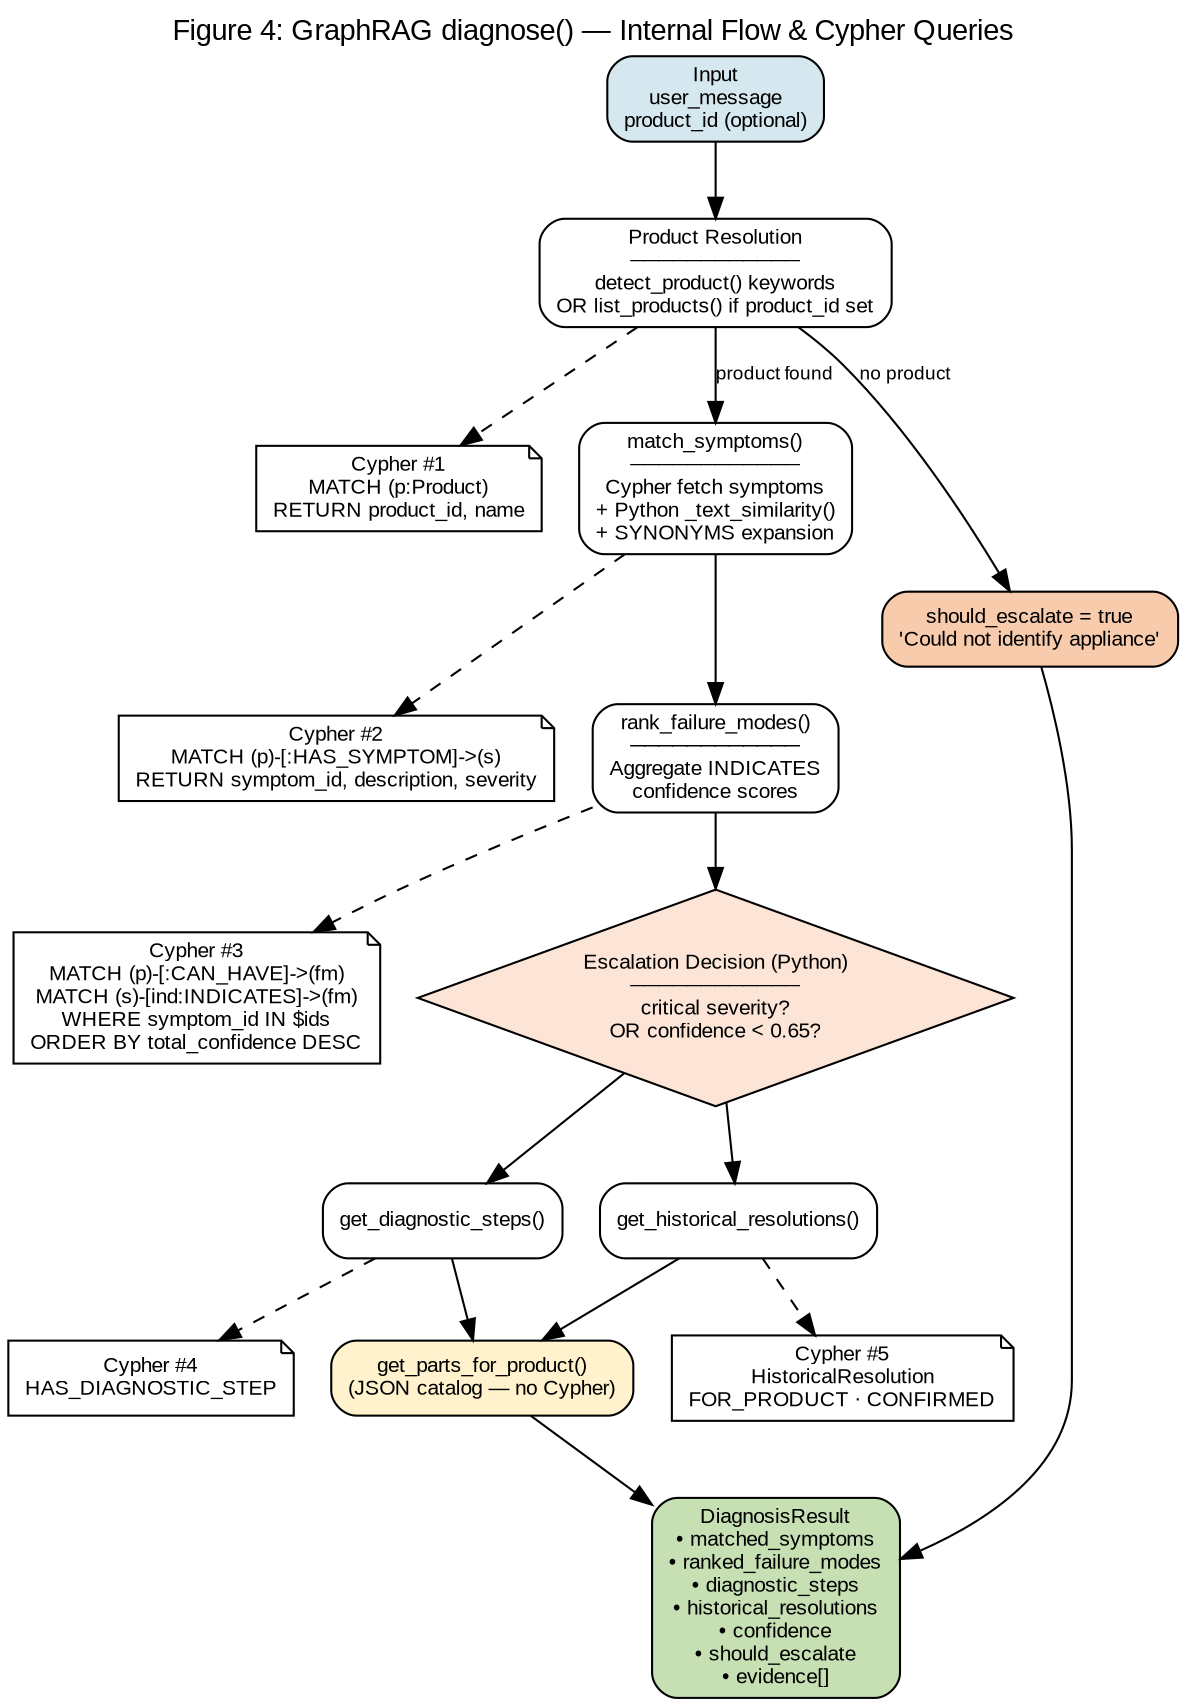
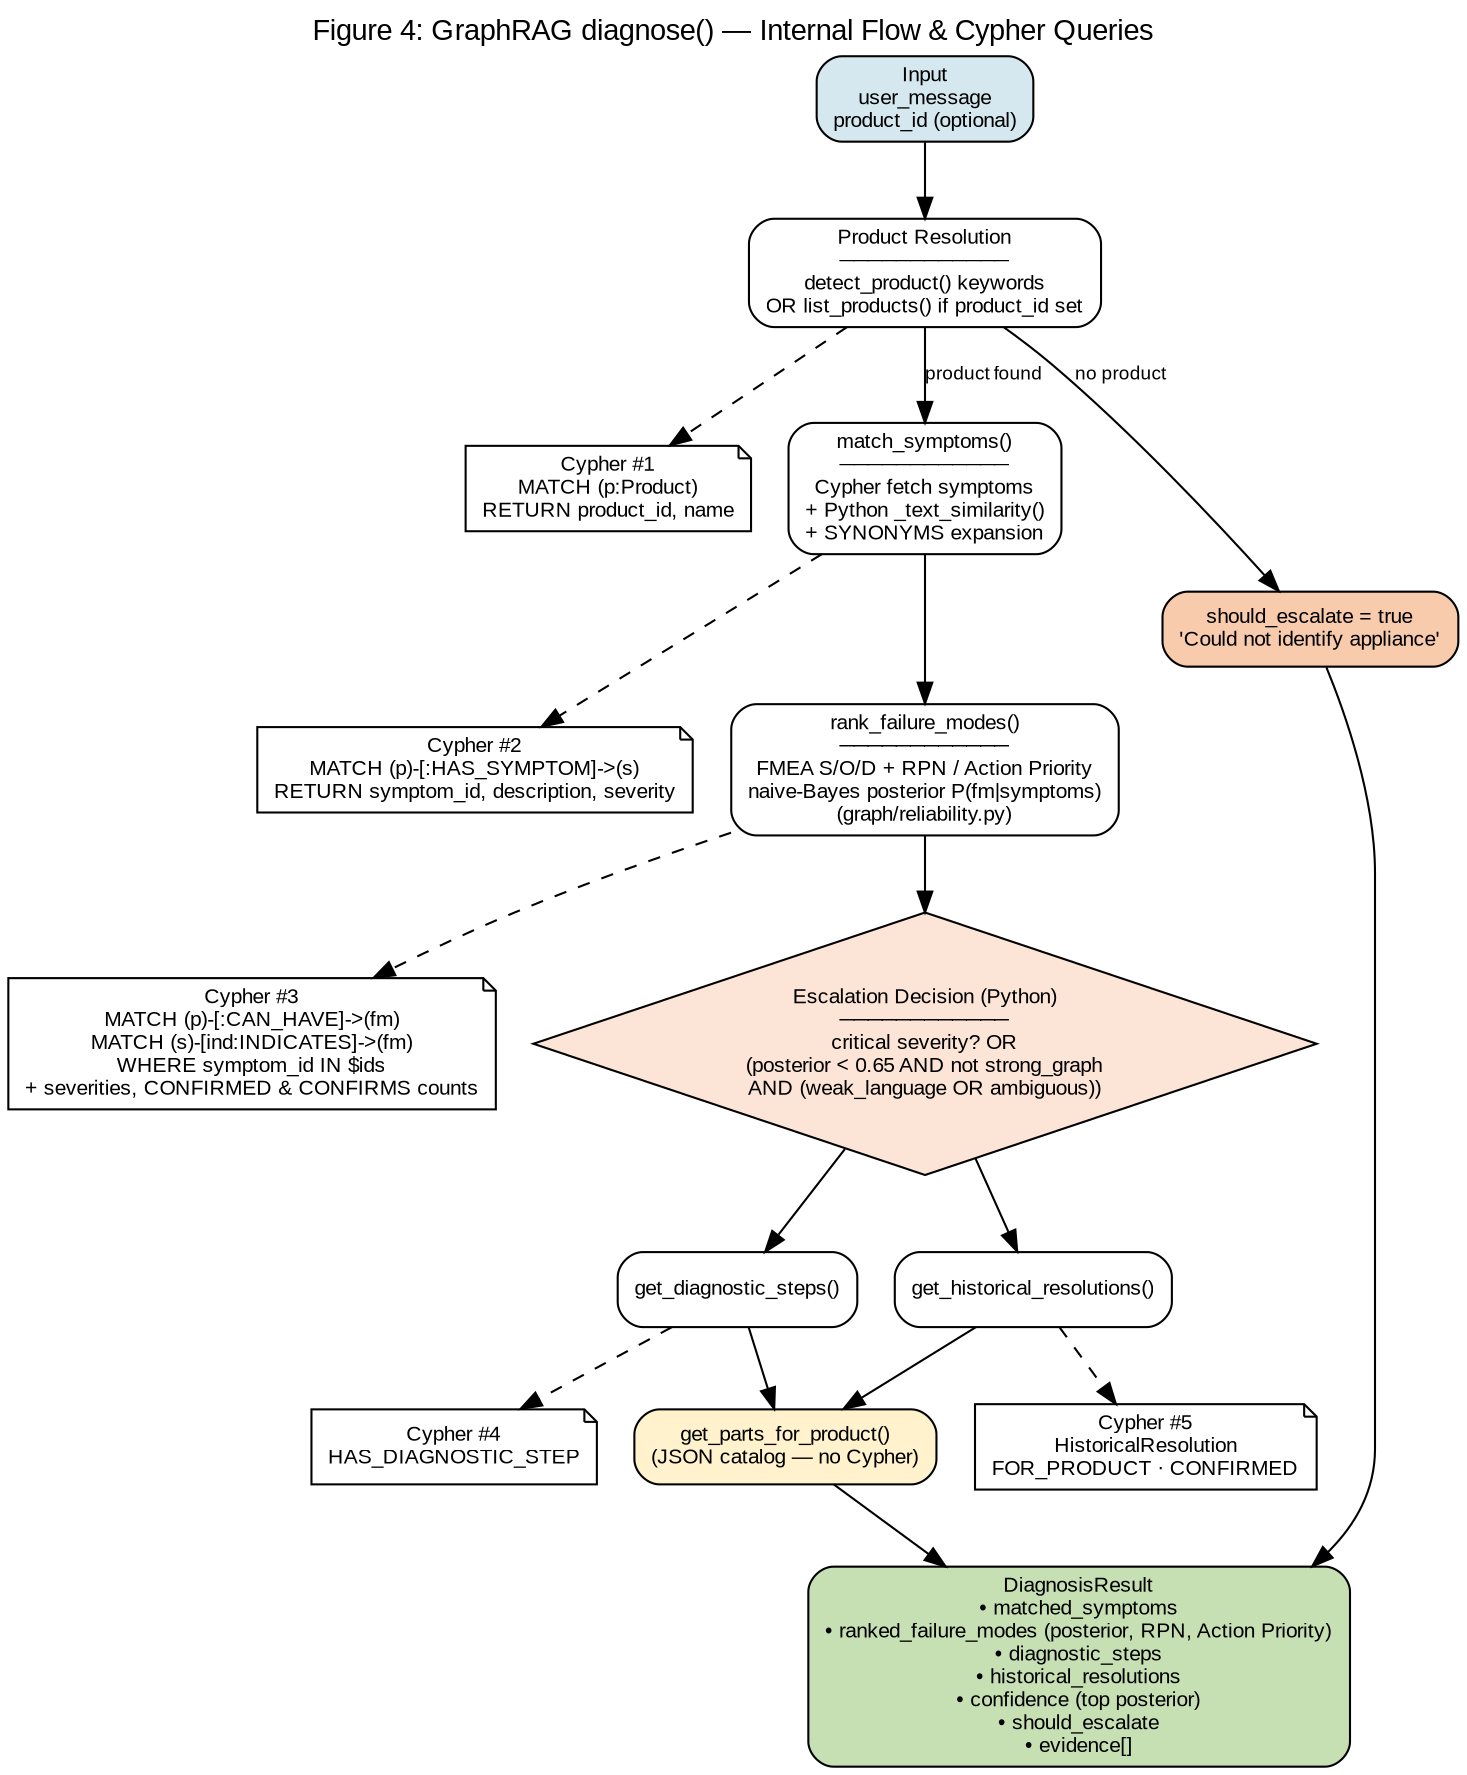
// Figure 4: GraphRAG diagnose() internal flow (graph/graph_rag.py)
digraph GraphRAGDiagnosis {
  graph [
    rankdir=TB
    label="Figure 4: GraphRAG diagnose() — Internal Flow & Cypher Queries"
    labelloc=t
    fontsize=14
    fontname="Arial"
    bgcolor="white"
  ]
  node [fontname="Arial", fontsize=10]
  edge [fontname="Arial", fontsize=9]

  Input [label="Input\nuser_message\nproduct_id (optional)", shape=box, style="rounded,filled", fillcolor="#D5E8F0"]

  P1 [label="Product Resolution\n────────────\ndetect_product() keywords\nOR list_products() if product_id set", shape=box, style="rounded,filled", fillcolor="#FFFFFF"]
  C1 [label="Cypher #1\nMATCH (p:Product)\nRETURN product_id, name", shape=note, fillcolor="#E2EFDA"]

  P2 [label="match_symptoms()\n────────────\nCypher fetch symptoms\n+ Python _text_similarity()\n+ SYNONYMS expansion", shape=box, style="rounded,filled", fillcolor="#FFFFFF"]
  C2 [label="Cypher #2\nMATCH (p)-[:HAS_SYMPTOM]->(s)\nRETURN symptom_id, description, severity", shape=note, fillcolor="#E2EFDA"]

-   P3 [label="rank_failure_modes()\n────────────\nAggregate INDICATES\nconfidence scores", shape=box, style="rounded,filled", fillcolor="#FFFFFF"]
-   C3 [label="Cypher #3\nMATCH (p)-[:CAN_HAVE]->(fm)\nMATCH (s)-[ind:INDICATES]->(fm)\nWHERE symptom_id IN $ids\nORDER BY total_confidence DESC", shape=note, fillcolor="#E2EFDA"]
+   P3 [label="rank_failure_modes()\n────────────\nFMEA S/O/D + RPN / Action Priority\nnaive-Bayes posterior P(fm|symptoms)\n(graph/reliability.py)", shape=box, style="rounded,filled", fillcolor="#FFFFFF"]
+   C3 [label="Cypher #3\nMATCH (p)-[:CAN_HAVE]->(fm)\nMATCH (s)-[ind:INDICATES]->(fm)\nWHERE symptom_id IN $ids\n+ severities, CONFIRMED & CONFIRMS counts", shape=note, fillcolor="#E2EFDA"]

-   P4 [label="Escalation Decision (Python)\n────────────\ncritical severity?\nOR confidence < 0.65?", shape=diamond, style=filled, fillcolor="#FCE4D6"]
+   P4 [label="Escalation Decision (Python)\n────────────\ncritical severity? OR\n(posterior < 0.65 AND not strong_graph\nAND (weak_language OR ambiguous))", shape=diamond, style=filled, fillcolor="#FCE4D6"]

  P5 [label="get_diagnostic_steps()", shape=box, style="rounded,filled", fillcolor="#FFFFFF"]
  C4 [label="Cypher #4\nHAS_DIAGNOSTIC_STEP", shape=note, fillcolor="#E2EFDA"]

  P6 [label="get_historical_resolutions()", shape=box, style="rounded,filled", fillcolor="#FFFFFF"]
  C5 [label="Cypher #5\nHistoricalResolution\nFOR_PRODUCT · CONFIRMED", shape=note, fillcolor="#E2EFDA"]

  P7 [label="get_parts_for_product()\n(JSON catalog — no Cypher)", shape=box, style="rounded,filled", fillcolor="#FFF2CC"]

-   Output [label="DiagnosisResult\n• matched_symptoms\n• ranked_failure_modes\n• diagnostic_steps\n• historical_resolutions\n• confidence\n• should_escalate\n• evidence[]", shape=box, style="rounded,filled", fillcolor="#C6E0B4"]
+   Output [label="DiagnosisResult\n• matched_symptoms\n• ranked_failure_modes (posterior, RPN, Action Priority)\n• diagnostic_steps\n• historical_resolutions\n• confidence (top posterior)\n• should_escalate\n• evidence[]", shape=box, style="rounded,filled", fillcolor="#C6E0B4"]

  NoProduct [label="should_escalate = true\n'Could not identify appliance'", shape=box, style="rounded,filled", fillcolor="#F8CBAD"]

  Input -> P1
  P1 -> C1 [style=dashed]
  P1 -> P2 [label="product found"]
  P1 -> NoProduct [label="no product"]
  NoProduct -> Output

  P2 -> C2 [style=dashed]
  P2 -> P3
  P3 -> C3 [style=dashed]
  P3 -> P4
  P4 -> P5
  P4 -> P6
  P5 -> C4 [style=dashed]
  P6 -> C5 [style=dashed]
  P5 -> P7
  P6 -> P7
  P7 -> Output
}